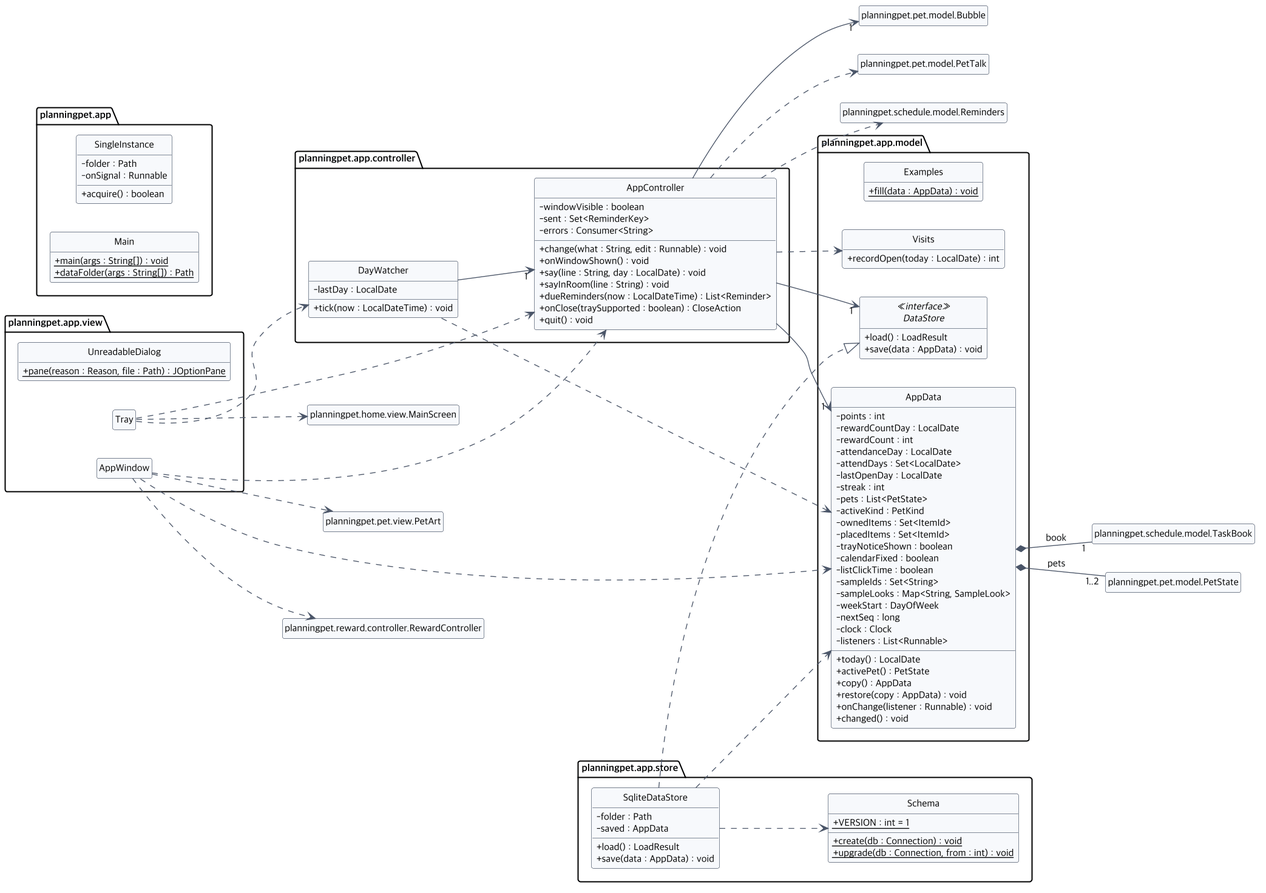
Earlier version of the PlantUML export docs/diagrams/class-app.png (2026-2-software-system-design-11/planning-pet-app).
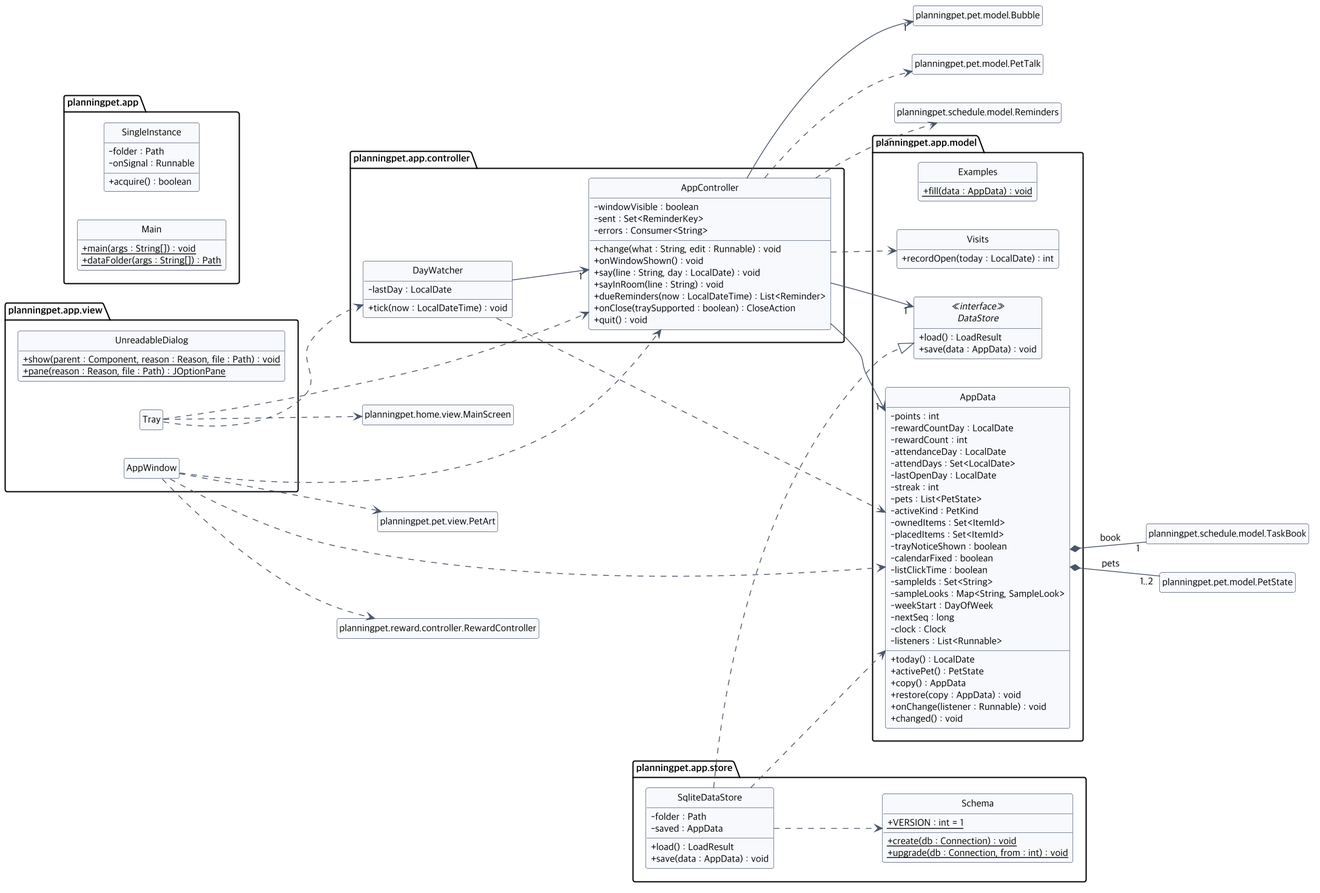
After the commit.

Change to the diagram source:
```diff
@@ -16,6 +16,7 @@
   class AppWindow
   class Tray
   class UnreadableDialog {
+    {static} + show(parent : Component, reason : Reason, file : Path) : void
     {static} + pane(reason : Reason, file : Path) : JOptionPane
   }
 }
```
